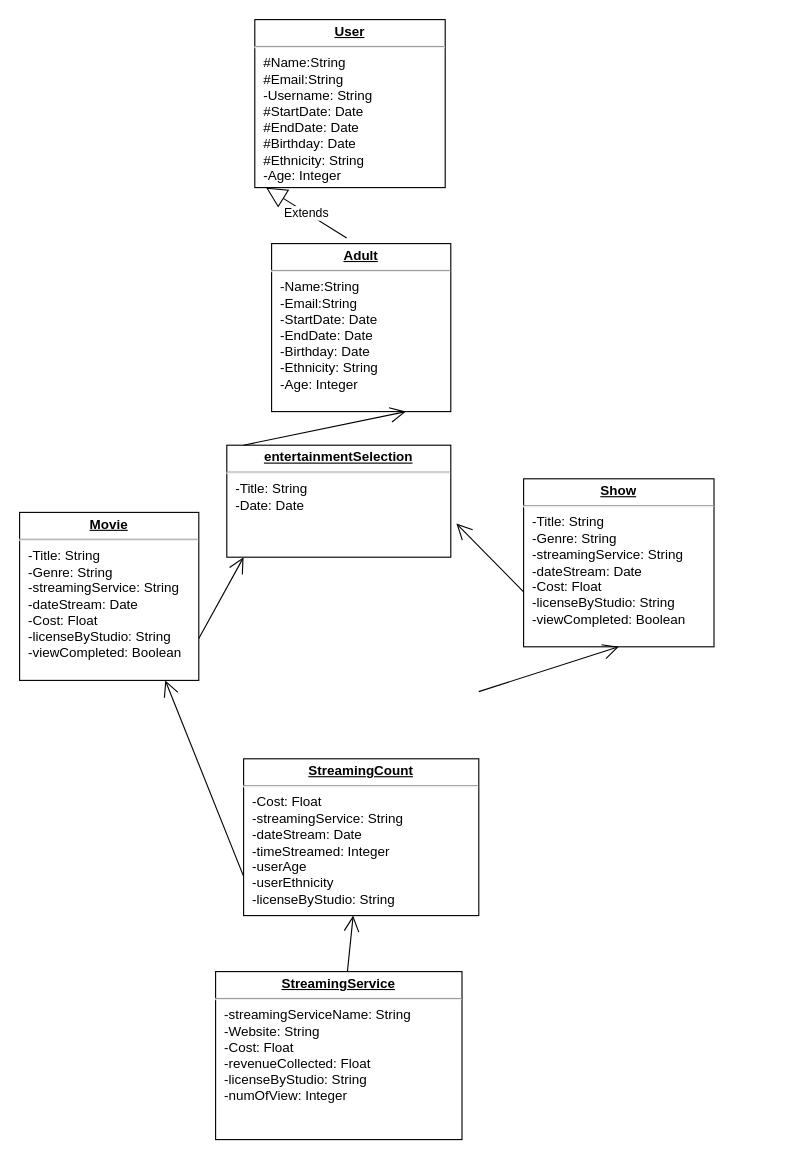
Laurie415/moki keeps this draw.io diagram as img/Untitled Diagram.drawio. Above is the earlier version. Source tidied: cells renumbered, new cells numbered last; positions are measured from the earlier drawing's top-left corner, leaving out a move shared by most shapes. Both pictures are drawn from the tidied source at 112%, with x=0, y=0 at pixel (19, 19).
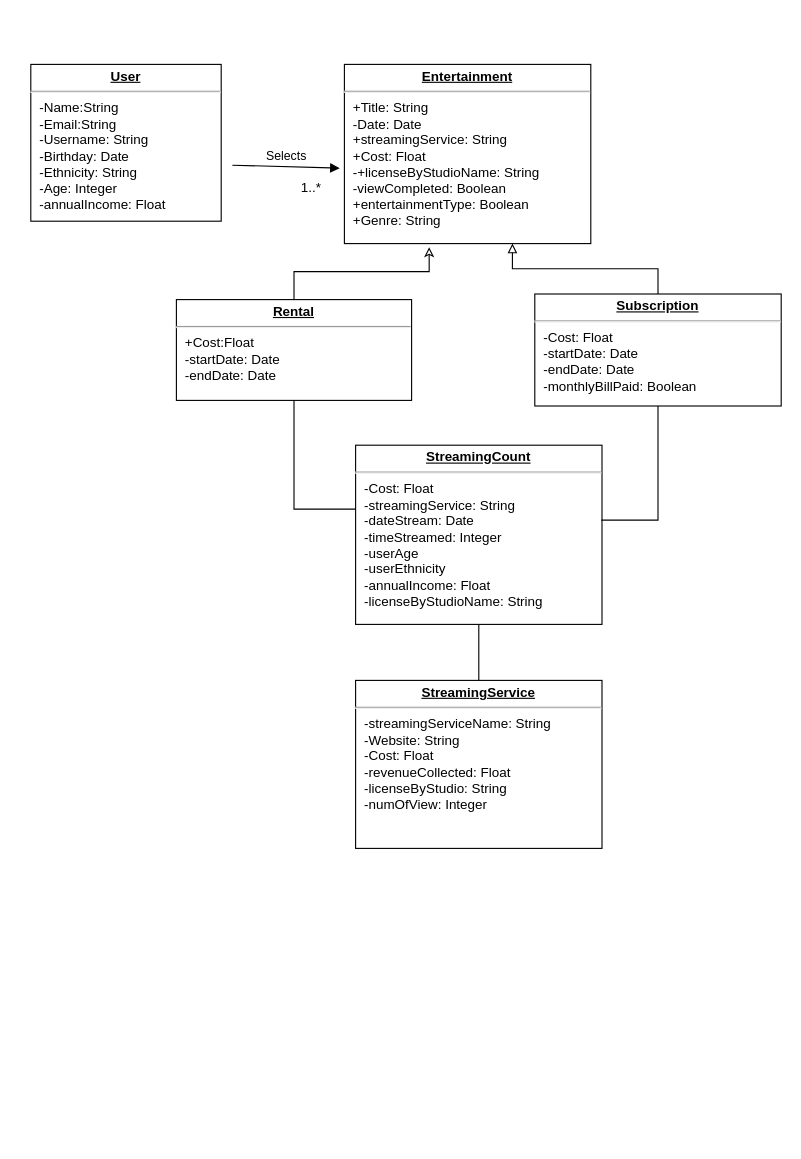
After the change.

Diff of the diagram source:
```diff
@@
 <mxGraphModel>
   <root>
     <mxCell id="0" />
     <mxCell id="1" parent="0" />
-    <mxCell id="2" value="&lt;p style=&quot;margin: 0px ; margin-top: 4px ; text-align: center ; text-decoration: underline&quot;&gt;&lt;b&gt;User&lt;/b&gt;&lt;/p&gt;&lt;hr&gt;&lt;p style=&quot;margin: 0px ; margin-left: 8px&quot;&gt;#Name:String&lt;br&gt;#Email:String&lt;/p&gt;&lt;p style=&quot;margin: 0px ; margin-left: 8px&quot;&gt;-Username: String&lt;br&gt;#StartDate: Date&lt;/p&gt;&lt;p style=&quot;margin: 0px ; margin-left: 8px&quot;&gt;#EndDate: Date&lt;/p&gt;&lt;p style=&quot;margin: 0px ; margin-left: 8px&quot;&gt;#Birthday: Date&lt;/p&gt;&lt;p style=&quot;margin: 0px ; margin-left: 8px&quot;&gt;#Ethnicity: String&lt;/p&gt;&lt;p style=&quot;margin: 0px ; margin-left: 8px&quot;&gt;-Age: Integer&lt;/p&gt;" style="verticalAlign=top;align=left;overflow=fill;fontSize=12;fontFamily=Helvetica;html=1;" parent="1" vertex="1">
-      <mxGeometry x="210" width="170" height="150" as="geometry" />
+    <mxCell id="2" value="&lt;p style=&quot;margin: 0px ; margin-top: 4px ; text-align: center ; text-decoration: underline&quot;&gt;&lt;b&gt;User&lt;/b&gt;&lt;/p&gt;&lt;hr&gt;&lt;p style=&quot;margin: 0px ; margin-left: 8px&quot;&gt;-Name:String&lt;br&gt;-Email:String&lt;/p&gt;&lt;p style=&quot;margin: 0px ; margin-left: 8px&quot;&gt;-Username: String&lt;br&gt;&lt;/p&gt;&lt;p style=&quot;margin: 0px ; margin-left: 8px&quot;&gt;-Birthday: Date&lt;/p&gt;&lt;p style=&quot;margin: 0px ; margin-left: 8px&quot;&gt;-Ethnicity: String&lt;/p&gt;&lt;p style=&quot;margin: 0px ; margin-left: 8px&quot;&gt;-Age: Integer&lt;/p&gt;&lt;p style=&quot;margin: 0px ; margin-left: 8px&quot;&gt;-annualIncome: Float&lt;/p&gt;" style="verticalAlign=top;align=left;overflow=fill;fontSize=12;fontFamily=Helvetica;html=1;" parent="1" vertex="1">
+      <mxGeometry x="10" y="40" width="170" height="140" as="geometry" />
     </mxCell>
-    <mxCell id="3" value="&lt;p style=&quot;margin: 0px ; margin-top: 4px ; text-align: center ; text-decoration: underline&quot;&gt;&lt;b&gt;entertainmentSelection&lt;/b&gt;&lt;/p&gt;&lt;hr&gt;&lt;p style=&quot;margin: 0px ; margin-left: 8px&quot;&gt;-Title: String&lt;br&gt;-Date: Date&lt;br&gt;&lt;br&gt;&lt;/p&gt;&lt;p style=&quot;margin: 0px ; margin-left: 8px&quot;&gt;&lt;br&gt;&lt;/p&gt;" style="verticalAlign=top;align=left;overflow=fill;fontSize=12;fontFamily=Helvetica;html=1;" parent="1" vertex="1">
-      <mxGeometry x="185" y="380" width="200" height="100" as="geometry" />
+    <mxCell id="3" value="&lt;p style=&quot;margin: 0px ; margin-top: 4px ; text-align: center ; text-decoration: underline&quot;&gt;&lt;b&gt;Entertainment&lt;/b&gt;&lt;/p&gt;&lt;hr&gt;&lt;p style=&quot;margin: 0px ; margin-left: 8px&quot;&gt;+Title: String&lt;br&gt;-Date: Date&lt;/p&gt;&lt;p style=&quot;margin: 0px 0px 0px 8px&quot;&gt;+streamingService: String&lt;/p&gt;&lt;p style=&quot;margin: 0px 0px 0px 8px&quot;&gt;&lt;span&gt;+Cost: Float&lt;/span&gt;&lt;br&gt;&lt;/p&gt;&lt;p style=&quot;margin: 0px 0px 0px 8px&quot;&gt;-+licenseByStudioName: String&lt;/p&gt;&lt;p style=&quot;margin: 0px 0px 0px 8px&quot;&gt;-viewCompleted: Boolean&lt;/p&gt;&lt;p style=&quot;margin: 0px 0px 0px 8px&quot;&gt;+entertainmentType: Boolean&lt;/p&gt;&lt;p style=&quot;margin: 0px 0px 0px 8px&quot;&gt;+Genre: String&lt;/p&gt;&lt;p style=&quot;margin: 0px ; margin-left: 8px&quot;&gt;&lt;br&gt;&lt;/p&gt;&lt;p style=&quot;margin: 0px ; margin-left: 8px&quot;&gt;&lt;br&gt;&lt;/p&gt;" style="verticalAlign=top;align=left;overflow=fill;fontSize=12;fontFamily=Helvetica;html=1;" parent="1" vertex="1">
+      <mxGeometry x="290" y="40" width="220" height="160" as="geometry" />
     </mxCell>
-    <mxCell id="4" value="&lt;p style=&quot;margin: 0px ; margin-top: 4px ; text-align: center ; text-decoration: underline&quot;&gt;&lt;b&gt;Adult&lt;/b&gt;&lt;/p&gt;&lt;hr&gt;&lt;p style=&quot;margin: 0px 0px 0px 8px&quot;&gt;-Name:String&lt;br&gt;-Email:String&lt;br&gt;-StartDate: Date&lt;/p&gt;&lt;p style=&quot;margin: 0px 0px 0px 8px&quot;&gt;-EndDate: Date&lt;/p&gt;&lt;p style=&quot;margin: 0px 0px 0px 8px&quot;&gt;-Birthday: Date&lt;/p&gt;&lt;p style=&quot;margin: 0px 0px 0px 8px&quot;&gt;-Ethnicity: String&lt;/p&gt;&lt;p style=&quot;margin: 0px 0px 0px 8px&quot;&gt;-Age: Integer&lt;/p&gt;&lt;p style=&quot;margin: 0px 0px 0px 8px&quot;&gt;&lt;br&gt;&lt;/p&gt;" style="verticalAlign=top;align=left;overflow=fill;fontSize=12;fontFamily=Helvetica;html=1;" parent="1" vertex="1">
-      <mxGeometry x="225" y="200" width="160" height="150" as="geometry" />
-    </mxCell>
     <mxCell id="5" value="&lt;p style=&quot;margin: 0px ; margin-top: 4px ; text-align: center ; text-decoration: underline&quot;&gt;&lt;b&gt;StreamingService&lt;/b&gt;&lt;/p&gt;&lt;hr&gt;&lt;p style=&quot;margin: 0px ; margin-left: 8px&quot;&gt;-streamingServiceName: String&lt;/p&gt;&lt;p style=&quot;margin: 0px ; margin-left: 8px&quot;&gt;-Website: String&lt;/p&gt;&lt;p style=&quot;margin: 0px ; margin-left: 8px&quot;&gt;-Cost: Float&lt;/p&gt;&lt;p style=&quot;margin: 0px ; margin-left: 8px&quot;&gt;-revenueCollected: Float&lt;/p&gt;&lt;p style=&quot;margin: 0px ; margin-left: 8px&quot;&gt;-licenseByStudio: String&lt;/p&gt;&lt;p style=&quot;margin: 0px ; margin-left: 8px&quot;&gt;-numOfView: Integer&lt;/p&gt;" style="verticalAlign=top;align=left;overflow=fill;fontSize=12;fontFamily=Helvetica;html=1;" parent="1" vertex="1">
-      <mxGeometry x="175" y="850" width="220" height="150" as="geometry" />
+      <mxGeometry x="300" y="590" width="220" height="150" as="geometry" />
     </mxCell>
-    <mxCell id="6" value="Extends" style="endArrow=block;endSize=16;endFill=0;html=1;exitX=0.419;exitY=-0.033;exitDx=0;exitDy=0;exitPerimeter=0;entryX=0.059;entryY=1;entryDx=0;entryDy=0;entryPerimeter=0;" parent="1" edge="1" source="4" target="2">
-      <mxGeometry relative="1" as="geometry" />
-    </mxCell>
-    <mxCell id="7" value="&lt;p style=&quot;margin: 0px ; margin-top: 4px ; text-align: center ; text-decoration: underline&quot;&gt;&lt;b&gt;Movie&lt;/b&gt;&lt;/p&gt;&lt;hr&gt;&lt;p style=&quot;margin: 0px ; margin-left: 8px&quot;&gt;-Title: String&lt;/p&gt;&lt;p style=&quot;margin: 0px ; margin-left: 8px&quot;&gt;-Genre: String&lt;/p&gt;&lt;p style=&quot;margin: 0px ; margin-left: 8px&quot;&gt;-streamingService: String&lt;/p&gt;&lt;p style=&quot;margin: 0px ; margin-left: 8px&quot;&gt;-dateStream: Date&lt;/p&gt;&lt;p style=&quot;margin: 0px ; margin-left: 8px&quot;&gt;-Cost: Float&lt;/p&gt;&lt;p style=&quot;margin: 0px ; margin-left: 8px&quot;&gt;-licenseByStudio: String&lt;/p&gt;&lt;p style=&quot;margin: 0px ; margin-left: 8px&quot;&gt;-viewCompleted: Boolean&lt;/p&gt;" style="verticalAlign=top;align=left;overflow=fill;fontSize=12;fontFamily=Helvetica;html=1;" parent="1" vertex="1">
-      <mxGeometry y="440" width="160" height="150" as="geometry" />
-    </mxCell>
-    <mxCell id="8" value="&lt;p style=&quot;margin: 0px ; margin-top: 4px ; text-align: center ; text-decoration: underline&quot;&gt;&lt;b&gt;Show&lt;/b&gt;&lt;/p&gt;&lt;hr&gt;&lt;p style=&quot;margin: 0px ; margin-left: 8px&quot;&gt;-Title: String&lt;br&gt;&lt;/p&gt;&lt;p style=&quot;margin: 0px 0px 0px 8px&quot;&gt;-Genre: String&lt;/p&gt;&lt;p style=&quot;margin: 0px 0px 0px 8px&quot;&gt;-streamingService: String&lt;/p&gt;&lt;p style=&quot;margin: 0px 0px 0px 8px&quot;&gt;-dateStream: Date&lt;/p&gt;&lt;p style=&quot;margin: 0px 0px 0px 8px&quot;&gt;-Cost: Float&lt;/p&gt;&lt;p style=&quot;margin: 0px 0px 0px 8px&quot;&gt;-licenseByStudio: String&lt;/p&gt;&lt;p style=&quot;margin: 0px 0px 0px 8px&quot;&gt;-viewCompleted: Boolean&lt;br&gt;&lt;/p&gt;" style="verticalAlign=top;align=left;overflow=fill;fontSize=12;fontFamily=Helvetica;html=1;" parent="1" vertex="1">
-      <mxGeometry x="450" y="410" width="170" height="150" as="geometry" />
-    </mxCell>
+    <mxCell id="16" style="edgeStyle=orthogonalEdgeStyle;rounded=0;jettySize=auto;html=1;entryX=0.5;entryY=0;entryDx=0;entryDy=0;endArrow=none;endFill=0;" parent="1" edge="1" source="9" target="5">
+      <mxGeometry relative="1" as="geometry" />
+    </mxCell>
-    <mxCell id="9" value="&lt;p style=&quot;margin: 0px ; margin-top: 4px ; text-align: center ; text-decoration: underline&quot;&gt;&lt;b&gt;StreamingCount&lt;/b&gt;&lt;/p&gt;&lt;hr&gt;&lt;p style=&quot;margin: 0px ; margin-left: 8px&quot;&gt;-Cost: Float&lt;/p&gt;&lt;p style=&quot;margin: 0px ; margin-left: 8px&quot;&gt;-streamingService: String&lt;br&gt;&lt;/p&gt;&lt;p style=&quot;margin: 0px ; margin-left: 8px&quot;&gt;-dateStream: Date&lt;/p&gt;&lt;p style=&quot;margin: 0px ; margin-left: 8px&quot;&gt;-timeStreamed: Integer&lt;/p&gt;&lt;p style=&quot;margin: 0px ; margin-left: 8px&quot;&gt;-userAge&lt;/p&gt;&lt;p style=&quot;margin: 0px ; margin-left: 8px&quot;&gt;-userEthnicity&lt;/p&gt;&lt;p style=&quot;margin: 0px ; margin-left: 8px&quot;&gt;-licenseByStudio: String&lt;/p&gt;&lt;p style=&quot;margin: 0px ; margin-left: 8px&quot;&gt;&lt;br&gt;&lt;/p&gt;" style="verticalAlign=top;align=left;overflow=fill;fontSize=12;fontFamily=Helvetica;html=1;" parent="1" vertex="1">
-      <mxGeometry x="200" y="660" width="210" height="140" as="geometry" />
+    <mxCell id="9" value="&lt;p style=&quot;margin: 0px ; margin-top: 4px ; text-align: center ; text-decoration: underline&quot;&gt;&lt;b&gt;StreamingCount&lt;/b&gt;&lt;/p&gt;&lt;hr&gt;&lt;p style=&quot;margin: 0px ; margin-left: 8px&quot;&gt;-Cost: Float&lt;/p&gt;&lt;p style=&quot;margin: 0px ; margin-left: 8px&quot;&gt;-streamingService: String&lt;br&gt;&lt;/p&gt;&lt;p style=&quot;margin: 0px ; margin-left: 8px&quot;&gt;-dateStream: Date&lt;/p&gt;&lt;p style=&quot;margin: 0px ; margin-left: 8px&quot;&gt;-timeStreamed: Integer&lt;/p&gt;&lt;p style=&quot;margin: 0px ; margin-left: 8px&quot;&gt;-userAge&lt;/p&gt;&lt;p style=&quot;margin: 0px ; margin-left: 8px&quot;&gt;-userEthnicity&lt;/p&gt;&lt;p style=&quot;margin: 0px ; margin-left: 8px&quot;&gt;-annualIncome: Float&lt;/p&gt;&lt;p style=&quot;margin: 0px ; margin-left: 8px&quot;&gt;-licenseByStudioName: String&lt;/p&gt;&lt;p style=&quot;margin: 0px ; margin-left: 8px&quot;&gt;&lt;br&gt;&lt;/p&gt;&lt;p style=&quot;margin: 0px ; margin-left: 8px&quot;&gt;&lt;br&gt;&lt;/p&gt;" style="verticalAlign=top;align=left;overflow=fill;fontSize=12;fontFamily=Helvetica;html=1;" parent="1" vertex="1">
+      <mxGeometry x="300" y="380" width="220" height="160" as="geometry" />
     </mxCell>
-    <mxCell id="10" style="endArrow=open;endFill=1;endSize=12;html=1;exitX=0.075;exitY=0;exitDx=0;exitDy=0;exitPerimeter=0;entryX=0.75;entryY=1;entryDx=0;entryDy=0;" parent="1" edge="1" source="3" target="4">
-      <mxGeometry relative="1" as="geometry" />
-    </mxCell>
-    <mxCell id="11" style="endArrow=open;endFill=1;endSize=12;html=1;exitX=1;exitY=0.75;exitDx=0;exitDy=0;entryX=0.075;entryY=1;entryDx=0;entryDy=0;entryPerimeter=0;" parent="1" edge="1" source="7" target="3">
-      <mxGeometry relative="1" as="geometry" />
-    </mxCell>
-    <mxCell id="12" style="endArrow=open;endFill=1;endSize=12;html=1;exitX=0;exitY=0.673;exitDx=0;exitDy=0;exitPerimeter=0;" parent="1" edge="1" source="8">
-      <mxGeometry relative="1" as="geometry">
-        <mxPoint x="390" y="450" as="targetPoint" />
-      </mxGeometry>
-    </mxCell>
-    <mxCell id="13" style="endArrow=open;endFill=1;endSize=12;html=1;exitX=0;exitY=0.75;exitDx=0;exitDy=0;entryX=0.813;entryY=1;entryDx=0;entryDy=0;entryPerimeter=0;" parent="1" edge="1" source="9" target="7">
-      <mxGeometry relative="1" as="geometry" />
-    </mxCell>
-    <mxCell id="14" style="endArrow=open;endFill=1;endSize=12;html=1;entryX=0.5;entryY=1;entryDx=0;entryDy=0;" parent="1" edge="1" target="8">
-      <mxGeometry relative="1" as="geometry">
-        <mxPoint x="410" y="600" as="sourcePoint" />
-      </mxGeometry>
-    </mxCell>
-    <mxCell id="15" style="endArrow=open;endFill=1;endSize=12;html=1;" parent="1" edge="1" source="5" target="9">
-      <mxGeometry relative="1" as="geometry" />
-    </mxCell>
+    <mxCell id="17" style="edgeStyle=orthogonalEdgeStyle;rounded=0;jettySize=auto;html=1;entryX=0;entryY=0.357;entryDx=0;entryDy=0;entryPerimeter=0;endArrow=none;endFill=0;" parent="1" edge="1" source="19" target="9">
+      <mxGeometry relative="1" as="geometry" />
+    </mxCell>
+    <mxCell id="18" style="edgeStyle=orthogonalEdgeStyle;rounded=0;jettySize=auto;html=1;entryX=0.344;entryY=1.02;entryDx=0;entryDy=0;entryPerimeter=0;endArrow=classic;endFill=0;" parent="1" edge="1" source="19" target="3">
+      <mxGeometry relative="1" as="geometry" />
+    </mxCell>
+    <mxCell id="19" value="&lt;p style=&quot;margin: 0px ; margin-top: 4px ; text-align: center ; text-decoration: underline&quot;&gt;&lt;b&gt;Rental&lt;/b&gt;&lt;/p&gt;&lt;hr&gt;&lt;p style=&quot;margin: 0px ; margin-left: 8px&quot;&gt;&lt;span&gt;+Cost:Float&lt;/span&gt;&lt;br&gt;&lt;/p&gt;&lt;p style=&quot;margin: 0px ; margin-left: 8px&quot;&gt;-startDate: Date&lt;/p&gt;&lt;p style=&quot;margin: 0px ; margin-left: 8px&quot;&gt;-endDate: Date&lt;/p&gt;" style="verticalAlign=top;align=left;overflow=fill;fontSize=12;fontFamily=Helvetica;html=1;" parent="1" vertex="1">
+      <mxGeometry x="140" y="250" width="210" height="90" as="geometry" />
+    </mxCell>
+    <mxCell id="20" style="edgeStyle=orthogonalEdgeStyle;rounded=0;jettySize=auto;html=1;entryX=0.997;entryY=0.418;entryDx=0;entryDy=0;entryPerimeter=0;endArrow=none;endFill=0;" parent="1" edge="1" source="22" target="9">
+      <mxGeometry relative="1" as="geometry" />
+    </mxCell>
+    <mxCell id="21" style="edgeStyle=orthogonalEdgeStyle;rounded=0;jettySize=auto;html=1;entryX=0.682;entryY=1;entryDx=0;entryDy=0;entryPerimeter=0;horizontal=1;endArrow=block;endFill=0;" parent="1" edge="1" source="22" target="3">
+      <mxGeometry relative="1" as="geometry" />
+    </mxCell>
+    <mxCell id="22" value="&lt;p style=&quot;margin: 0px ; margin-top: 4px ; text-align: center ; text-decoration: underline&quot;&gt;&lt;b&gt;Subscription&lt;/b&gt;&lt;/p&gt;&lt;hr&gt;&lt;p style=&quot;margin: 0px ; margin-left: 8px&quot;&gt;&lt;span&gt;-Cost: Float&lt;/span&gt;&lt;br&gt;&lt;/p&gt;&lt;p style=&quot;margin: 0px ; margin-left: 8px&quot;&gt;-startDate: Date&lt;/p&gt;&lt;p style=&quot;margin: 0px ; margin-left: 8px&quot;&gt;-endDate: Date&lt;/p&gt;&lt;p style=&quot;margin: 0px ; margin-left: 8px&quot;&gt;-monthlyBillPaid: Boolean&lt;/p&gt;" style="verticalAlign=top;align=left;overflow=fill;fontSize=12;fontFamily=Helvetica;html=1;" parent="1" vertex="1">
+      <mxGeometry x="460" y="245" width="220" height="100" as="geometry" />
+    </mxCell>
+    <mxCell id="23" value="Selects" style="html=1;verticalAlign=bottom;endArrow=block;entryX=-0.019;entryY=0.579;entryDx=0;entryDy=0;entryPerimeter=0;" parent="1" edge="1" target="3">
+      <mxGeometry relative="1" as="geometry">
+        <mxPoint x="190" y="130" as="sourcePoint" />
+      </mxGeometry>
+    </mxCell>
+    <mxCell id="24" value="1..*" style="text;html=1;align=center;verticalAlign=middle;fillColor=none;strokeColor=none;rounded=0;" parent="1" vertex="1">
+      <mxGeometry x="245" y="140" width="30" height="20" as="geometry" />
+    </mxCell>
   </root>
 </mxGraphModel>
```
